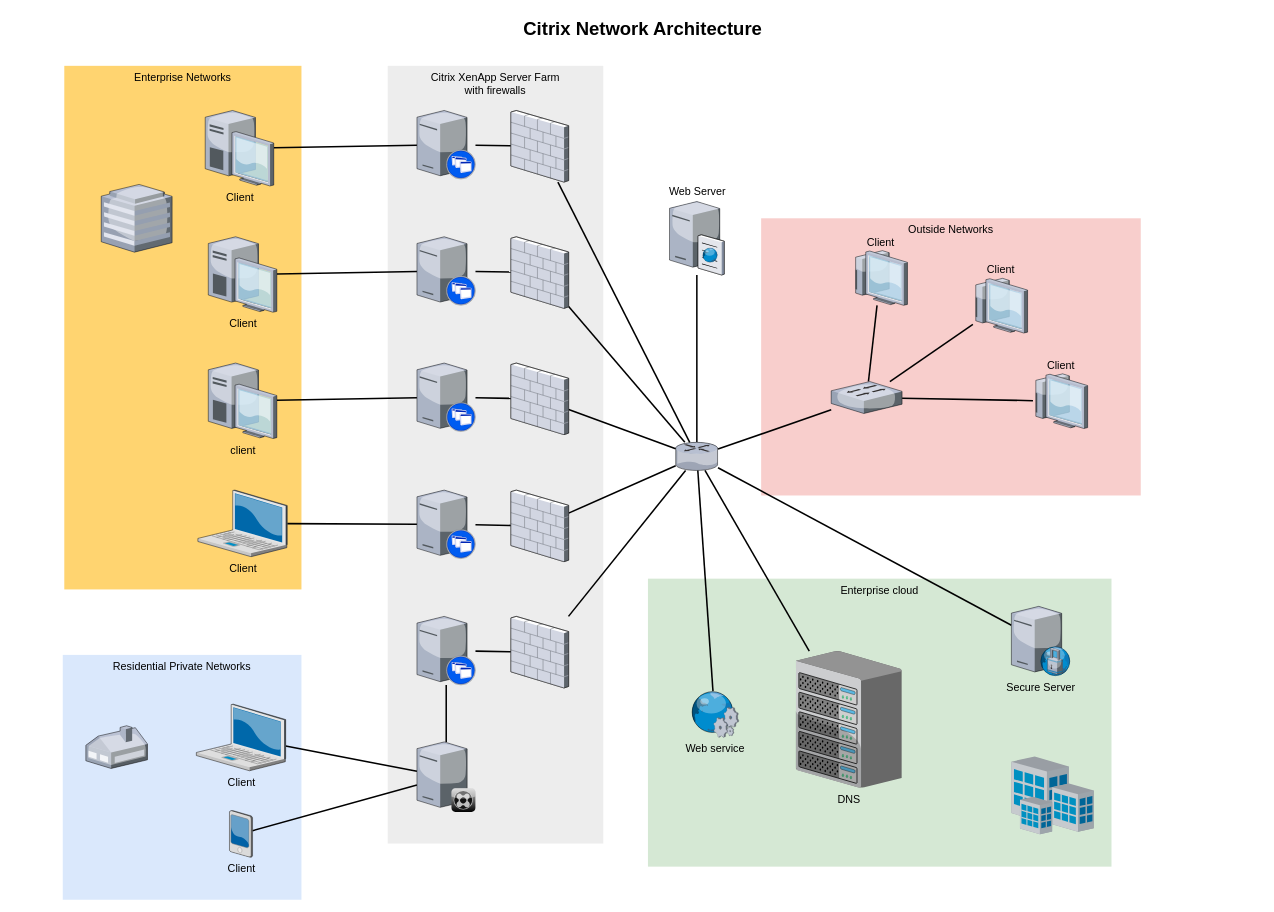
This is Untitled Diagram.drawio from Aezon22/main, a draw.io file, before an edit. Source tidied: cells renumbered, new cells numbered last; positions are measured from the earlier drawing's top-left corner, leaving out a move shared by most shapes. Both pictures are drawn from the tidied source at 77%, with x=0, y=0 at pixel (62, 13).
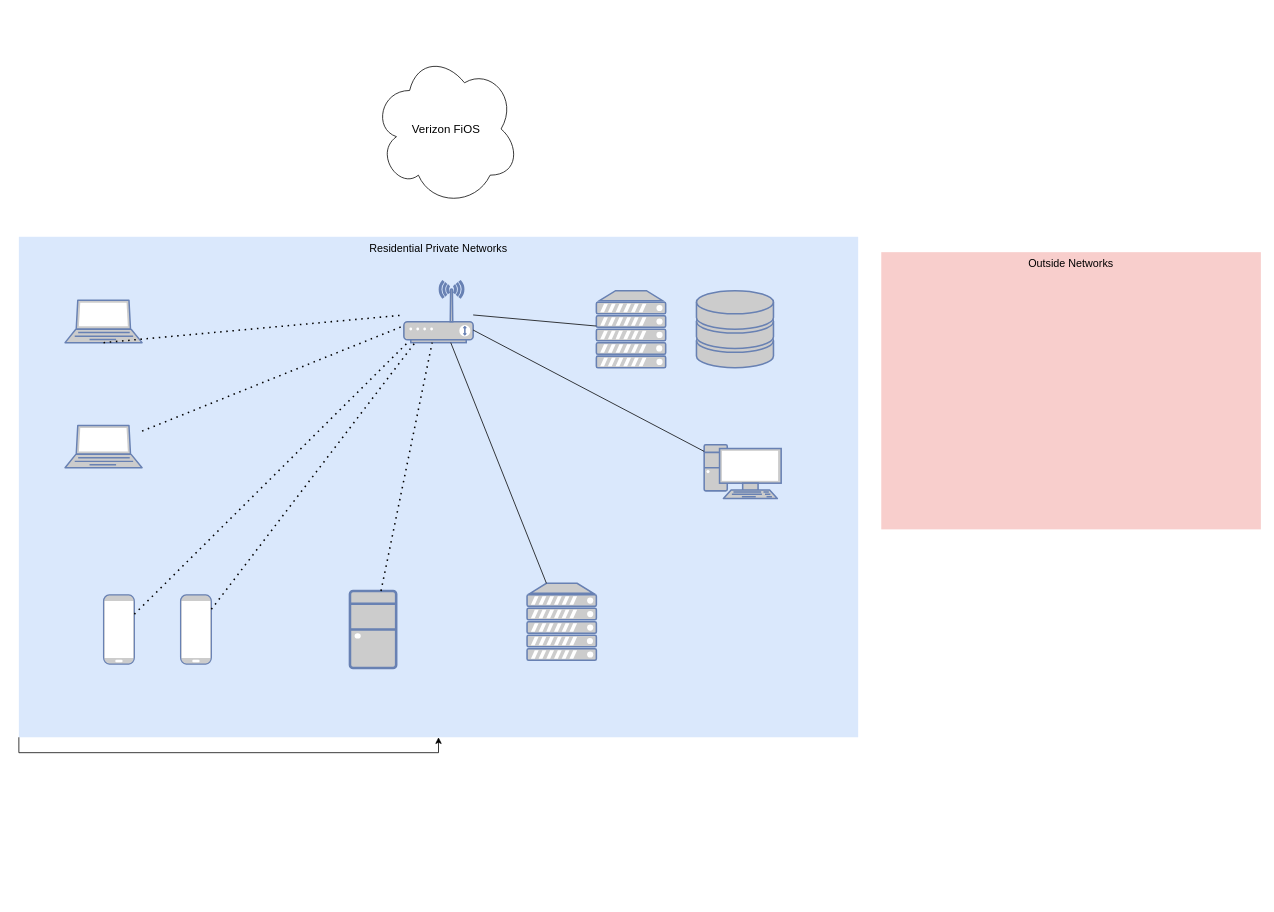
The same diagram, later.

Diff of the diagram source:
```diff
@@
     <mxCell id="2" value="Outside Networks" style="whiteSpace=wrap;html=1;fillColor=#f8cecc;fontSize=14;strokeColor=none;verticalAlign=top;" parent="1" vertex="1">
-      <mxGeometry x="907" y="266" width="493" height="360" as="geometry" />
+      <mxGeometry x="1063" y="310" width="493" height="360" as="geometry" />
     </mxCell>
-    <mxCell id="3" value="Enterprise cloud" style="whiteSpace=wrap;html=1;fillColor=#d5e8d4;fontSize=14;strokeColor=none;verticalAlign=top;" parent="1" vertex="1">
-      <mxGeometry x="760" y="734" width="602" height="374" as="geometry" />
-    </mxCell>
-    <mxCell id="4" value="Citrix XenApp Server Farm&lt;div&gt;with firewalls&lt;/div&gt;" style="whiteSpace=wrap;html=1;fillColor=#EDEDED;fontSize=14;strokeColor=none;verticalAlign=top;" parent="1" vertex="1">
-      <mxGeometry x="422" y="68" width="280" height="1010" as="geometry" />
-    </mxCell>
     <mxCell id="5" value="Residential Private Networks" style="whiteSpace=wrap;html=1;fillColor=#dae8fc;fontSize=14;strokeColor=none;verticalAlign=top;" parent="1" vertex="1">
-      <mxGeometry y="833" width="310" height="318" as="geometry" />
+      <mxGeometry x="-57" y="290" width="1090" height="650" as="geometry" />
     </mxCell>
-    <mxCell id="6" value="Enterprise Networks" style="whiteSpace=wrap;html=1;fillColor=#FFD470;gradientColor=none;fontSize=14;strokeColor=none;verticalAlign=top;" parent="1" vertex="1">
-      <mxGeometry x="2" y="68" width="308" height="680" as="geometry" />
-    </mxCell>
-    <mxCell id="7" style="edgeStyle=none;rounded=0;html=1;startSize=10;endSize=10;jettySize=auto;fontSize=14;endArrow=none;endFill=0;strokeWidth=2;" parent="1" edge="1" source="8" target="35">
-      <mxGeometry relative="1" as="geometry" />
-    </mxCell>
-    <mxCell id="8" value="Client" style="verticalLabelPosition=bottom;html=1;verticalAlign=top;strokeColor=none;shape=mxgraph.citrix.laptop_2;fillColor=#66B2FF;gradientColor=#0066CC;fontSize=14;" parent="1" vertex="1">
-      <mxGeometry x="173.5" y="897" width="116" height="86.5" as="geometry" />
-    </mxCell>
-    <mxCell id="9" style="edgeStyle=none;rounded=0;html=1;startSize=10;endSize=10;jettySize=auto;fontSize=14;endArrow=none;endFill=0;strokeWidth=2;" parent="1" edge="1" source="10" target="22">
-      <mxGeometry relative="1" as="geometry" />
-    </mxCell>
-    <mxCell id="10" value="Client" style="verticalLabelPosition=bottom;html=1;verticalAlign=top;strokeColor=none;shape=mxgraph.citrix.laptop_2;fillColor=#66B2FF;gradientColor=#0066CC;fontSize=14;" parent="1" vertex="1">
-      <mxGeometry x="175.5" y="619" width="116" height="86.5" as="geometry" />
-    </mxCell>
-    <mxCell id="11" style="edgeStyle=none;rounded=0;html=1;startSize=10;endSize=10;jettySize=auto;fontSize=14;endArrow=none;endFill=0;strokeWidth=2;" parent="1" edge="1" source="12" target="24">
-      <mxGeometry relative="1" as="geometry" />
-    </mxCell>
-    <mxCell id="12" value="client" style="verticalLabelPosition=bottom;html=1;verticalAlign=top;strokeColor=none;shape=mxgraph.citrix.desktop;fillColor=#66B2FF;gradientColor=#0066CC;fontSize=14;" parent="1" vertex="1">
-      <mxGeometry x="189" y="454" width="89" height="98" as="geometry" />
-    </mxCell>
-    <mxCell id="13" style="edgeStyle=none;rounded=0;html=1;startSize=10;endSize=10;jettySize=auto;fontSize=14;endArrow=none;endFill=0;strokeWidth=2;" parent="1" edge="1" source="14" target="26">
-      <mxGeometry relative="1" as="geometry" />
-    </mxCell>
-    <mxCell id="14" value="Client" style="verticalLabelPosition=bottom;html=1;verticalAlign=top;strokeColor=none;shape=mxgraph.citrix.desktop;fillColor=#66B2FF;gradientColor=#0066CC;fontSize=14;" parent="1" vertex="1">
-      <mxGeometry x="189" y="290" width="89" height="98" as="geometry" />
-    </mxCell>
-    <mxCell id="15" style="edgeStyle=none;rounded=0;html=1;startSize=10;endSize=10;jettySize=auto;fontSize=14;endArrow=none;endFill=0;strokeWidth=2;" parent="1" edge="1" source="16" target="28">
-      <mxGeometry relative="1" as="geometry" />
-    </mxCell>
-    <mxCell id="16" value="Client" style="verticalLabelPosition=bottom;html=1;verticalAlign=top;strokeColor=none;shape=mxgraph.citrix.desktop;fillColor=#66B2FF;gradientColor=#0066CC;fontSize=14;" parent="1" vertex="1">
-      <mxGeometry x="185" y="126" width="89" height="98" as="geometry" />
-    </mxCell>
-    <mxCell id="17" style="edgeStyle=none;rounded=0;html=1;startSize=10;endSize=10;jettySize=auto;fontSize=14;endArrow=none;endFill=0;strokeWidth=2;" parent="1" edge="1" source="18" target="35">
-      <mxGeometry relative="1" as="geometry" />
-    </mxCell>
-    <mxCell id="18" value="Client" style="verticalLabelPosition=bottom;html=1;verticalAlign=top;strokeColor=none;shape=mxgraph.citrix.pda;fillColor=#66B2FF;gradientColor=#0066CC;fontSize=14;" parent="1" vertex="1">
-      <mxGeometry x="216.5" y="1035" width="30" height="61" as="geometry" />
-    </mxCell>
-    <mxCell id="19" style="edgeStyle=none;rounded=0;html=1;startSize=10;endSize=10;jettySize=auto;fontSize=14;endArrow=none;endFill=0;strokeWidth=2;" parent="1" edge="1" source="20" target="47">
-      <mxGeometry relative="1" as="geometry" />
-    </mxCell>
-    <mxCell id="20" style="verticalLabelPosition=bottom;html=1;verticalAlign=top;strokeColor=none;shape=mxgraph.citrix.xenapp_server;fillColor=#66B2FF;gradientColor=#0066CC;fontSize=14;" parent="1" vertex="1">
-      <mxGeometry x="460" y="783" width="76" height="89" as="geometry" />
-    </mxCell>
-    <mxCell id="21" style="edgeStyle=none;rounded=0;html=1;startSize=10;endSize=10;jettySize=auto;fontSize=14;endArrow=none;endFill=0;strokeWidth=2;" parent="1" edge="1" source="22" target="45">
-      <mxGeometry relative="1" as="geometry" />
-    </mxCell>
-    <mxCell id="22" style="verticalLabelPosition=bottom;html=1;verticalAlign=top;strokeColor=none;shape=mxgraph.citrix.xenapp_server;fillColor=#66B2FF;gradientColor=#0066CC;fontSize=14;" parent="1" vertex="1">
-      <mxGeometry x="460" y="619" width="76" height="89" as="geometry" />
-    </mxCell>
-    <mxCell id="23" style="edgeStyle=none;rounded=0;html=1;startSize=10;endSize=10;jettySize=auto;fontSize=14;endArrow=none;endFill=0;strokeWidth=2;" parent="1" edge="1" source="24" target="43">
-      <mxGeometry relative="1" as="geometry" />
-    </mxCell>
-    <mxCell id="24" style="verticalLabelPosition=bottom;html=1;verticalAlign=top;strokeColor=none;shape=mxgraph.citrix.xenapp_server;fillColor=#66B2FF;gradientColor=#0066CC;fontSize=14;" parent="1" vertex="1">
-      <mxGeometry x="460" y="454" width="76" height="89" as="geometry" />
-    </mxCell>
-    <mxCell id="25" style="edgeStyle=none;rounded=0;html=1;startSize=10;endSize=10;jettySize=auto;fontSize=14;endArrow=none;endFill=0;strokeWidth=2;" parent="1" edge="1" source="26" target="41">
-      <mxGeometry relative="1" as="geometry" />
-    </mxCell>
-    <mxCell id="26" style="verticalLabelPosition=bottom;html=1;verticalAlign=top;strokeColor=none;shape=mxgraph.citrix.xenapp_server;fillColor=#66B2FF;gradientColor=#0066CC;fontSize=14;" parent="1" vertex="1">
-      <mxGeometry x="460" y="290" width="76" height="89" as="geometry" />
-    </mxCell>
-    <mxCell id="27" style="edgeStyle=none;rounded=0;html=1;startSize=10;endSize=10;jettySize=auto;fontSize=14;endArrow=none;endFill=0;strokeWidth=2;" parent="1" edge="1" source="28" target="39">
-      <mxGeometry relative="1" as="geometry" />
-    </mxCell>
-    <mxCell id="28" style="verticalLabelPosition=bottom;html=1;verticalAlign=top;strokeColor=none;shape=mxgraph.citrix.xenapp_server;fillColor=#66B2FF;gradientColor=#0066CC;fontSize=14;" parent="1" vertex="1">
-      <mxGeometry x="460" y="126" width="76" height="89" as="geometry" />
-    </mxCell>
-    <mxCell id="29" style="edgeStyle=none;rounded=0;html=1;startSize=10;endSize=10;jettySize=auto;fontSize=14;endArrow=none;endFill=0;strokeWidth=2;" parent="1" edge="1" source="33" target="37">
-      <mxGeometry relative="1" as="geometry" />
-    </mxCell>
-    <mxCell id="30" style="edgeStyle=none;rounded=0;html=1;startSize=10;endSize=10;jettySize=auto;fontSize=14;endArrow=none;endFill=0;strokeWidth=2;" parent="1" edge="1" source="33" target="36">
-      <mxGeometry relative="1" as="geometry" />
-    </mxCell>
-    <mxCell id="31" style="edgeStyle=none;rounded=0;html=1;startSize=10;endSize=10;jettySize=auto;fontSize=14;endArrow=none;endFill=0;strokeWidth=2;" parent="1" edge="1" source="33" target="54">
-      <mxGeometry relative="1" as="geometry" />
-    </mxCell>
-    <mxCell id="32" style="edgeStyle=none;rounded=0;html=1;startSize=10;endSize=10;jettySize=auto;fontSize=14;endArrow=none;endFill=0;strokeWidth=2;" parent="1" edge="1" source="33" target="50">
-      <mxGeometry relative="1" as="geometry" />
-    </mxCell>
-    <mxCell id="33" style="verticalLabelPosition=bottom;html=1;verticalAlign=top;strokeColor=none;shape=mxgraph.citrix.router;fillColor=#66B2FF;gradientColor=#0066CC;fontSize=14;" parent="1" vertex="1">
-      <mxGeometry x="796" y="557" width="55" height="36.5" as="geometry" />
-    </mxCell>
-    <mxCell id="34" style="edgeStyle=none;rounded=0;html=1;startSize=10;endSize=10;jettySize=auto;fontSize=14;endArrow=none;endFill=0;strokeWidth=2;" parent="1" edge="1" source="35" target="20">
-      <mxGeometry relative="1" as="geometry" />
-    </mxCell>
-    <mxCell id="35" style="verticalLabelPosition=bottom;html=1;verticalAlign=top;strokeColor=none;shape=mxgraph.citrix.xenclient_synchronizer;fillColor=#CCCCCC;gradientColor=#000000;gradientDirection=south;fontSize=14;" parent="1" vertex="1">
-      <mxGeometry x="460" y="946" width="76" height="91" as="geometry" />
-    </mxCell>
-    <mxCell id="36" value="Web Server" style="verticalLabelPosition=top;html=1;verticalAlign=bottom;strokeColor=none;shape=mxgraph.citrix.cache_server;fillColor=#66B2FF;gradientColor=#0066CC;fontSize=14;labelPosition=center;align=center;" parent="1" vertex="1">
-      <mxGeometry x="788" y="242" width="71" height="97.5" as="geometry" />
-    </mxCell>
-    <mxCell id="37" value="DNS" style="verticalLabelPosition=bottom;html=1;verticalAlign=top;strokeColor=none;shape=mxgraph.citrix.chassis;fillColor=#66B2FF;gradientColor=#0066CC;fontSize=14;" parent="1" vertex="1">
-      <mxGeometry x="952" y="828" width="137.5" height="177.5" as="geometry" />
-    </mxCell>
-    <mxCell id="38" style="edgeStyle=none;rounded=0;html=1;startSize=10;endSize=10;jettySize=auto;fontSize=14;endArrow=none;endFill=0;strokeWidth=2;" parent="1" edge="1" source="39" target="33">
-      <mxGeometry relative="1" as="geometry" />
-    </mxCell>
-    <mxCell id="39" style="verticalLabelPosition=bottom;html=1;verticalAlign=top;strokeColor=none;shape=mxgraph.citrix.firewall;fillColor=#66B2FF;gradientColor=#0066CC;fontSize=14;" parent="1" vertex="1">
-      <mxGeometry x="582" y="126" width="75" height="93" as="geometry" />
-    </mxCell>
-    <mxCell id="40" style="edgeStyle=none;rounded=0;html=1;startSize=10;endSize=10;jettySize=auto;fontSize=14;endArrow=none;endFill=0;strokeWidth=2;" parent="1" edge="1" source="41" target="33">
-      <mxGeometry relative="1" as="geometry" />
-    </mxCell>
-    <mxCell id="41" style="verticalLabelPosition=bottom;html=1;verticalAlign=top;strokeColor=none;shape=mxgraph.citrix.firewall;fillColor=#66B2FF;gradientColor=#0066CC;fontSize=14;" parent="1" vertex="1">
-      <mxGeometry x="582" y="290" width="75" height="93" as="geometry" />
-    </mxCell>
-    <mxCell id="42" style="edgeStyle=none;rounded=0;html=1;startSize=10;endSize=10;jettySize=auto;fontSize=14;endArrow=none;endFill=0;strokeWidth=2;" parent="1" edge="1" source="43" target="33">
-      <mxGeometry relative="1" as="geometry" />
-    </mxCell>
-    <mxCell id="43" style="verticalLabelPosition=bottom;html=1;verticalAlign=top;strokeColor=none;shape=mxgraph.citrix.firewall;fillColor=#66B2FF;gradientColor=#0066CC;fontSize=14;" parent="1" vertex="1">
-      <mxGeometry x="582" y="454" width="75" height="93" as="geometry" />
-    </mxCell>
-    <mxCell id="44" style="edgeStyle=none;rounded=0;html=1;startSize=10;endSize=10;jettySize=auto;fontSize=14;endArrow=none;endFill=0;strokeWidth=2;" parent="1" edge="1" source="45" target="33">
-      <mxGeometry relative="1" as="geometry" />
-    </mxCell>
-    <mxCell id="45" style="verticalLabelPosition=bottom;html=1;verticalAlign=top;strokeColor=none;shape=mxgraph.citrix.firewall;fillColor=#66B2FF;gradientColor=#0066CC;fontSize=14;" parent="1" vertex="1">
-      <mxGeometry x="582" y="619" width="75" height="93" as="geometry" />
-    </mxCell>
-    <mxCell id="46" style="edgeStyle=none;rounded=0;html=1;startSize=10;endSize=10;jettySize=auto;fontSize=14;endArrow=none;endFill=0;strokeWidth=2;" parent="1" edge="1" source="47" target="33">
-      <mxGeometry relative="1" as="geometry" />
-    </mxCell>
-    <mxCell id="47" style="verticalLabelPosition=bottom;html=1;verticalAlign=top;strokeColor=none;shape=mxgraph.citrix.firewall;fillColor=#66B2FF;gradientColor=#0066CC;fontSize=14;" parent="1" vertex="1">
-      <mxGeometry x="582" y="783" width="75" height="93" as="geometry" />
-    </mxCell>
-    <mxCell id="48" style="verticalLabelPosition=bottom;html=1;verticalAlign=top;strokeColor=none;shape=mxgraph.citrix.home_office;fillColor=#66B2FF;gradientColor=#0066CC;fontSize=14;" parent="1" vertex="1">
-      <mxGeometry x="30" y="925" width="80" height="55.5" as="geometry" />
-    </mxCell>
-    <mxCell id="49" style="verticalLabelPosition=bottom;html=1;verticalAlign=top;strokeColor=none;shape=mxgraph.citrix.hq_enterprise;fillColor=#66B2FF;gradientColor=#0066CC;fontSize=14;" parent="1" vertex="1">
-      <mxGeometry x="50" y="222" width="92" height="88" as="geometry" />
-    </mxCell>
-    <mxCell id="50" value="Secure Server" style="verticalLabelPosition=bottom;html=1;verticalAlign=top;strokeColor=none;shape=mxgraph.citrix.proxy_server;fillColor=#66B2FF;gradientColor=#0066CC;fontSize=14;" parent="1" vertex="1">
-      <mxGeometry x="1232" y="770" width="76.5" height="90" as="geometry" />
-    </mxCell>
-    <mxCell id="51" style="edgeStyle=none;rounded=0;html=1;startSize=10;endSize=10;jettySize=auto;fontSize=14;endArrow=none;endFill=0;strokeWidth=2;" parent="1" edge="1" source="54" target="57">
-      <mxGeometry relative="1" as="geometry" />
-    </mxCell>
-    <mxCell id="52" style="edgeStyle=none;rounded=0;html=1;startSize=10;endSize=10;jettySize=auto;fontSize=14;endArrow=none;endFill=0;strokeWidth=2;" parent="1" edge="1" source="54" target="56">
-      <mxGeometry relative="1" as="geometry" />
-    </mxCell>
-    <mxCell id="53" style="edgeStyle=none;rounded=0;html=1;startSize=10;endSize=10;jettySize=auto;fontSize=14;endArrow=none;endFill=0;strokeWidth=2;" parent="1" edge="1" source="54" target="55">
-      <mxGeometry relative="1" as="geometry" />
-    </mxCell>
-    <mxCell id="54" style="verticalLabelPosition=bottom;html=1;verticalAlign=top;strokeColor=none;shape=mxgraph.citrix.switch;fillColor=#66B2FF;gradientColor=#0066CC;fontSize=14;" parent="1" vertex="1">
-      <mxGeometry x="998" y="478" width="92" height="41.5" as="geometry" />
-    </mxCell>
-    <mxCell id="55" value="Client" style="verticalLabelPosition=top;html=1;verticalAlign=bottom;strokeColor=none;shape=mxgraph.citrix.thin_client;fillColor=#66B2FF;gradientColor=#0066CC;fontSize=14;labelPosition=center;align=center;" parent="1" vertex="1">
-      <mxGeometry x="1260" y="468" width="71" height="71" as="geometry" />
-    </mxCell>
-    <mxCell id="56" value="Client" style="verticalLabelPosition=top;html=1;verticalAlign=bottom;strokeColor=none;shape=mxgraph.citrix.thin_client;fillColor=#66B2FF;gradientColor=#0066CC;fontSize=14;labelPosition=center;align=center;" parent="1" vertex="1">
-      <mxGeometry x="1182" y="344" width="71" height="71" as="geometry" />
-    </mxCell>
-    <mxCell id="57" value="Client" style="verticalLabelPosition=top;html=1;verticalAlign=bottom;strokeColor=none;shape=mxgraph.citrix.thin_client;fillColor=#66B2FF;gradientColor=#0066CC;fontSize=14;labelPosition=center;align=center;" parent="1" vertex="1">
-      <mxGeometry x="1026" y="308" width="71" height="71" as="geometry" />
-    </mxCell>
-    <mxCell id="58" style="edgeStyle=none;rounded=0;html=1;startSize=10;endSize=10;jettySize=auto;fontSize=14;endArrow=none;endFill=0;strokeWidth=2;" parent="1" edge="1" source="59" target="33">
-      <mxGeometry relative="1" as="geometry" />
-    </mxCell>
-    <mxCell id="59" value="Web service" style="verticalLabelPosition=bottom;html=1;verticalAlign=top;strokeColor=none;shape=mxgraph.citrix.web_service;fillColor=#66B2FF;gradientColor=#0066CC;fontSize=14;" parent="1" vertex="1">
-      <mxGeometry x="815" y="880" width="63" height="60" as="geometry" />
-    </mxCell>
-    <mxCell id="60" style="verticalLabelPosition=bottom;html=1;verticalAlign=top;strokeColor=none;shape=mxgraph.citrix.site;fillColor=#66B2FF;gradientColor=#0066CC;fontSize=14;" parent="1" vertex="1">
-      <mxGeometry x="1232" y="965" width="107" height="101" as="geometry" />
-    </mxCell>
-    <mxCell id="61" value="Citrix Network Architecture" style="text;strokeColor=none;fillColor=none;html=1;fontSize=24;fontStyle=1;verticalAlign=middle;align=center;" parent="1" vertex="1">
-      <mxGeometry x="322" width="861" height="40" as="geometry" />
-    </mxCell>
+    <mxCell id="62" value="&lt;font style=&quot;font-size: 15px&quot;&gt;Verizon FiOS&lt;/font&gt;" style="ellipse;shape=cloud;whiteSpace=wrap;html=1;" parent="1" vertex="1">
+      <mxGeometry x="403" y="50" width="190" height="200" as="geometry" />
+    </mxCell>
+    <mxCell id="63" style="fontColor=#0066CC;verticalAlign=top;verticalLabelPosition=bottom;labelPosition=center;align=center;html=1;fillColor=#CCCCCC;strokeColor=#6881B3;gradientColor=none;gradientDirection=north;strokeWidth=2;shape=mxgraph.networks.storage;" parent="1" vertex="1">
+      <mxGeometry x="823" y="360" width="100" height="100" as="geometry" />
+    </mxCell>
+    <mxCell id="64" style="fontColor=#0066CC;verticalAlign=top;verticalLabelPosition=bottom;labelPosition=center;align=center;html=1;outlineConnect=0;fillColor=#CCCCCC;strokeColor=#6881B3;gradientColor=none;gradientDirection=north;strokeWidth=2;shape=mxgraph.networks.wireless_modem;" parent="1" vertex="1">
+      <mxGeometry x="443" y="347.5" width="90" height="80" as="geometry" />
+    </mxCell>
+    <mxCell id="65" style="fontColor=#0066CC;verticalAlign=top;verticalLabelPosition=bottom;labelPosition=center;align=center;html=1;outlineConnect=0;fillColor=#CCCCCC;strokeColor=#6881B3;gradientColor=none;gradientDirection=north;strokeWidth=2;shape=mxgraph.networks.pc;" parent="1" vertex="1">
+      <mxGeometry x="833" y="560" width="100" height="70" as="geometry" />
+    </mxCell>
+    <mxCell id="66" style="fontColor=#0066CC;verticalAlign=top;verticalLabelPosition=bottom;labelPosition=center;align=center;html=1;outlineConnect=0;fillColor=#CCCCCC;strokeColor=#6881B3;gradientColor=none;gradientDirection=north;strokeWidth=2;shape=mxgraph.networks.desktop_pc;" parent="1" vertex="1">
+      <mxGeometry x="373" y="750" width="60" height="100" as="geometry" />
+    </mxCell>
+    <mxCell id="67" style="edgeStyle=orthogonalEdgeStyle;rounded=0;orthogonalLoop=1;jettySize=auto;html=1;exitX=0;exitY=1;exitDx=0;exitDy=0;" parent="1" edge="1" source="5" target="5">
+      <mxGeometry relative="1" as="geometry" />
+    </mxCell>
+    <mxCell id="68" style="fontColor=#0066CC;verticalAlign=top;verticalLabelPosition=bottom;labelPosition=center;align=center;html=1;outlineConnect=0;fillColor=#CCCCCC;strokeColor=#6881B3;gradientColor=none;gradientDirection=north;strokeWidth=2;shape=mxgraph.networks.laptop;" parent="1" vertex="1">
+      <mxGeometry x="3" y="535" width="100" height="55" as="geometry" />
+    </mxCell>
+    <mxCell id="69" style="fontColor=#0066CC;verticalAlign=top;verticalLabelPosition=bottom;labelPosition=center;align=center;html=1;outlineConnect=0;fillColor=#CCCCCC;strokeColor=#6881B3;gradientColor=none;gradientDirection=north;strokeWidth=2;shape=mxgraph.networks.laptop;" parent="1" vertex="1">
+      <mxGeometry x="3" y="372.5" width="100" height="55" as="geometry" />
+    </mxCell>
+    <mxCell id="70" style="fontColor=#0066CC;verticalAlign=top;verticalLabelPosition=bottom;labelPosition=center;align=center;html=1;outlineConnect=0;fillColor=#CCCCCC;strokeColor=#6881B3;gradientColor=none;gradientDirection=north;strokeWidth=2;shape=mxgraph.networks.server;" parent="1" vertex="1">
+      <mxGeometry x="693" y="360" width="90" height="100" as="geometry" />
+    </mxCell>
+    <mxCell id="71" style="fontColor=#0066CC;verticalAlign=top;verticalLabelPosition=bottom;labelPosition=center;align=center;html=1;outlineConnect=0;fillColor=#CCCCCC;strokeColor=#6881B3;gradientColor=none;gradientDirection=north;strokeWidth=2;shape=mxgraph.networks.server;" parent="1" vertex="1">
+      <mxGeometry x="603" y="740" width="90" height="100" as="geometry" />
+    </mxCell>
+    <mxCell id="72" style="fontColor=#0066CC;verticalAlign=top;verticalLabelPosition=bottom;labelPosition=center;align=center;html=1;outlineConnect=0;fillColor=#CCCCCC;strokeColor=#6881B3;gradientColor=none;gradientDirection=north;strokeWidth=2;shape=mxgraph.networks.mobile;" parent="1" vertex="1">
+      <mxGeometry x="53" y="755" width="40" height="90" as="geometry" />
+    </mxCell>
+    <mxCell id="73" style="fontColor=#0066CC;verticalAlign=top;verticalLabelPosition=bottom;labelPosition=center;align=center;html=1;outlineConnect=0;fillColor=#CCCCCC;strokeColor=#6881B3;gradientColor=none;gradientDirection=north;strokeWidth=2;shape=mxgraph.networks.mobile;" parent="1" vertex="1">
+      <mxGeometry x="153" y="755" width="40" height="90" as="geometry" />
+    </mxCell>
+    <mxCell id="74" style="endArrow=none;html=1;" parent="1" edge="1" source="70" target="64">
+      <mxGeometry relative="1" as="geometry" />
+    </mxCell>
+    <mxCell id="75" style="endArrow=none;html=1;" parent="1" edge="1" source="64" target="65">
+      <mxGeometry relative="1" as="geometry" />
+    </mxCell>
+    <mxCell id="76" style="endArrow=none;html=1;" parent="1" edge="1" source="71" target="64">
+      <mxGeometry relative="1" as="geometry" />
+    </mxCell>
+    <mxCell id="77" style="endArrow=none;dashed=1;html=1;dashPattern=1 3;strokeWidth=2;" parent="1" edge="1" source="66" target="64">
+      <mxGeometry relative="1" as="geometry" />
+    </mxCell>
+    <mxCell id="78" style="endArrow=none;dashed=1;html=1;dashPattern=1 3;strokeWidth=2;" parent="1" edge="1" source="73" target="64">
+      <mxGeometry relative="1" as="geometry" />
+    </mxCell>
+    <mxCell id="79" style="endArrow=none;dashed=1;html=1;dashPattern=1 3;strokeWidth=2;" parent="1" edge="1" source="72" target="64">
+      <mxGeometry relative="1" as="geometry" />
+    </mxCell>
+    <mxCell id="80" style="endArrow=none;dashed=1;html=1;dashPattern=1 3;strokeWidth=2;" parent="1" edge="1" source="68" target="64">
+      <mxGeometry relative="1" as="geometry" />
+    </mxCell>
+    <mxCell id="81" style="endArrow=none;dashed=1;html=1;dashPattern=1 3;strokeWidth=2;exitX=0.5;exitY=1;exitDx=0;exitDy=0;exitPerimeter=0;" parent="1" edge="1" source="69" target="64">
+      <mxGeometry relative="1" as="geometry" />
+    </mxCell>
```
